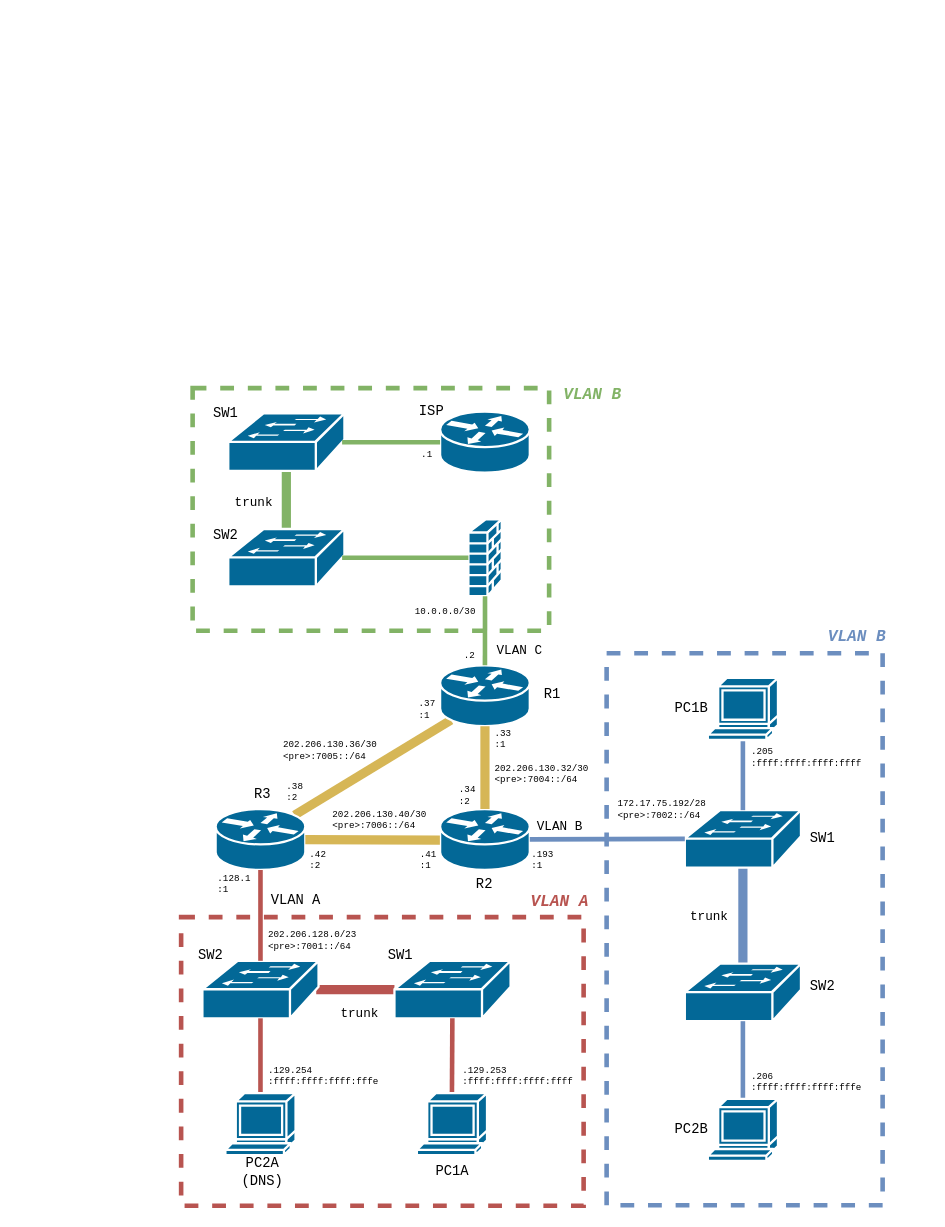
Above: l3_topologie_s_adresami.drawio in phatt-23/web (draw.io), before the change. Source tidied: cells renumbered, new cells numbered last; positions are measured from the earlier drawing's top-left corner, leaving out a move shared by most shapes. Both pictures are drawn from the tidied source at 115%, with x=0, y=0 at pixel (20, 20).
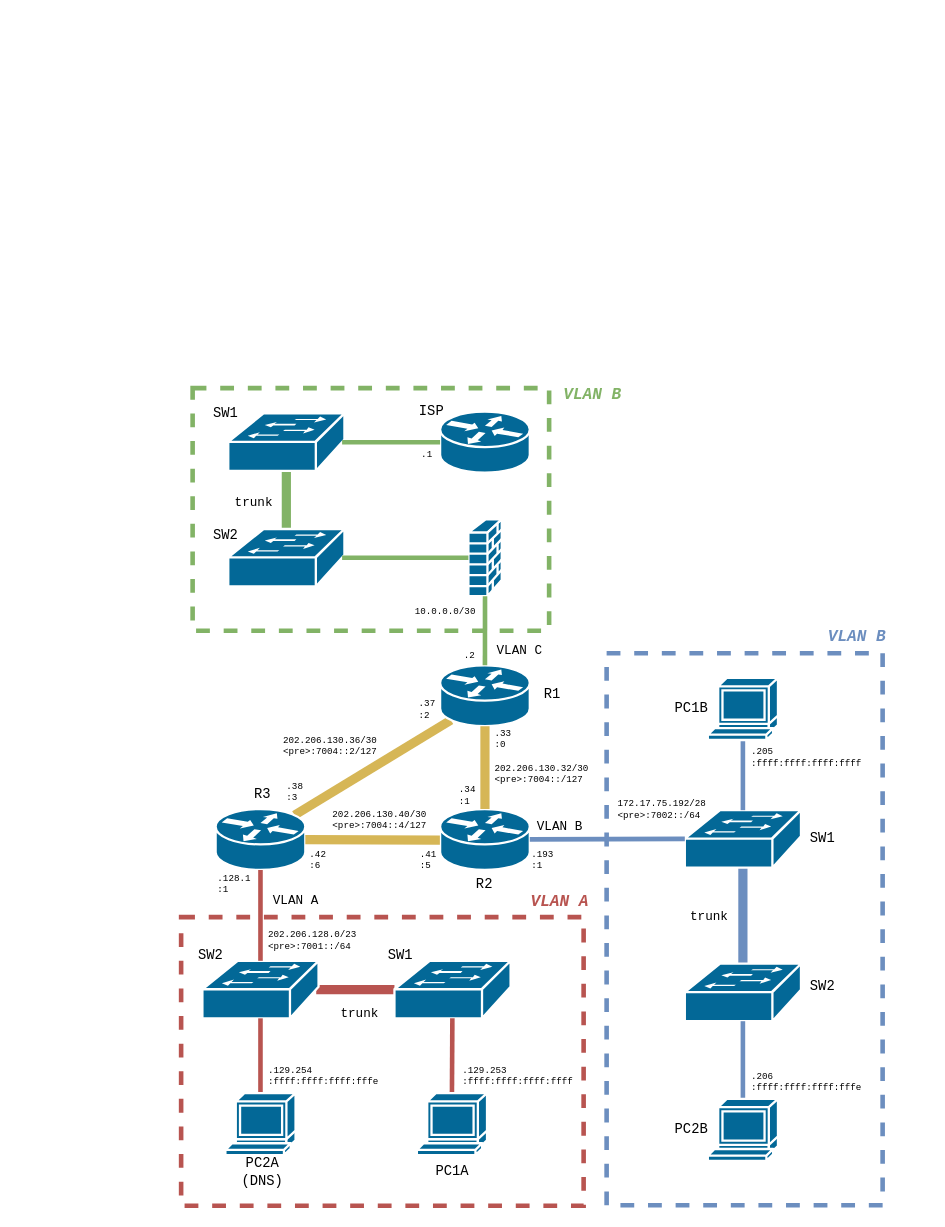
After the change.

The edit, as a diff of the source:
```diff
@@
-    <mxCell id="22" value="&lt;pre&gt;VLAN A&lt;/pre&gt;" style="text;html=1;align=center;verticalAlign=middle;whiteSpace=wrap;rounded=0;" parent="1" vertex="1">
+    <mxCell id="22" value="&lt;pre style=&quot;font-size: 11px;&quot;&gt;&lt;font style=&quot;font-size: 11px;&quot;&gt;VLAN A&lt;/font&gt;&lt;/pre&gt;" style="text;html=1;align=center;verticalAlign=middle;whiteSpace=wrap;rounded=0;" parent="1" vertex="1">
       <mxGeometry x="210" y="751" width="60" height="30" as="geometry" />
     </mxCell>
@@
-    <mxCell id="64" value="&lt;div align=&quot;left&quot;&gt;&lt;pre style=&quot;font-size: 8px;&quot;&gt;&lt;font style=&quot;font-size: 8px;&quot;&gt;202.206.130.36/30&lt;br&gt;&amp;lt;pre&amp;gt;:7005::/64&lt;br&gt;&lt;/font&gt;&lt;/pre&gt;&lt;/div&gt;" style="text;html=1;align=left;verticalAlign=middle;whiteSpace=wrap;rounded=0;" parent="1" vertex="1">
-      <mxGeometry x="227" y="620" width="110" height="30" as="geometry" />
+    <mxCell id="64" value="&lt;div align=&quot;left&quot;&gt;&lt;pre style=&quot;font-size: 8px;&quot;&gt;&lt;font style=&quot;font-size: 8px;&quot;&gt;202.206.130.36/30&lt;br&gt;&amp;lt;pre&amp;gt;:7004::2/127&lt;br&gt;&lt;/font&gt;&lt;/pre&gt;&lt;/div&gt;" style="text;html=1;align=left;verticalAlign=middle;whiteSpace=wrap;rounded=0;" parent="1" vertex="1">
+      <mxGeometry x="227" y="616" width="110" height="30" as="geometry" />
     </mxCell>
-    <mxCell id="65" value="&lt;div align=&quot;left&quot;&gt;&lt;pre style=&quot;font-size: 8px;&quot;&gt;&lt;font style=&quot;font-size: 8px;&quot;&gt;.38&lt;br&gt;:2&lt;/font&gt;&lt;/pre&gt;&lt;/div&gt;" style="text;html=1;align=left;verticalAlign=middle;whiteSpace=wrap;rounded=0;" parent="1" vertex="1">
+    <mxCell id="65" value="&lt;div align=&quot;left&quot;&gt;&lt;pre style=&quot;font-size: 8px;&quot;&gt;&lt;font style=&quot;font-size: 8px;&quot;&gt;.38&lt;br&gt;:3&lt;/font&gt;&lt;/pre&gt;&lt;/div&gt;" style="text;html=1;align=left;verticalAlign=middle;whiteSpace=wrap;rounded=0;" parent="1" vertex="1">
       <mxGeometry x="230" y="656" width="107" height="30" as="geometry" />
     </mxCell>
-    <mxCell id="66" value="&lt;div align=&quot;left&quot;&gt;&lt;pre style=&quot;font-size: 8px;&quot;&gt;&lt;font style=&quot;font-size: 8px;&quot;&gt;.37&lt;br&gt;:1&lt;/font&gt;&lt;/pre&gt;&lt;/div&gt;" style="text;html=1;align=left;verticalAlign=middle;whiteSpace=wrap;rounded=0;" parent="1" vertex="1">
+    <mxCell id="66" value="&lt;div align=&quot;left&quot;&gt;&lt;pre style=&quot;font-size: 8px;&quot;&gt;&lt;font style=&quot;font-size: 8px;&quot;&gt;.37&lt;br&gt;:2&lt;/font&gt;&lt;/pre&gt;&lt;/div&gt;" style="text;html=1;align=left;verticalAlign=middle;whiteSpace=wrap;rounded=0;" parent="1" vertex="1">
       <mxGeometry x="345" y="584" width="107" height="30" as="geometry" />
     </mxCell>
-    <mxCell id="67" value="&lt;div align=&quot;left&quot;&gt;&lt;pre style=&quot;font-size: 8px;&quot;&gt;&lt;font style=&quot;font-size: 8px;&quot;&gt;202.206.130.32/30&lt;br&gt;&amp;lt;pre&amp;gt;:7004::/64&lt;/font&gt;&lt;/pre&gt;&lt;/div&gt;" style="text;html=1;align=left;verticalAlign=middle;whiteSpace=wrap;rounded=0;" parent="1" vertex="1">
+    <mxCell id="67" value="&lt;div align=&quot;left&quot;&gt;&lt;pre style=&quot;font-size: 8px;&quot;&gt;&lt;font style=&quot;font-size: 8px;&quot;&gt;202.206.130.32/30&lt;br&gt;&amp;lt;pre&amp;gt;:7004::/127&lt;/font&gt;&lt;/pre&gt;&lt;/div&gt;" style="text;html=1;align=left;verticalAlign=middle;whiteSpace=wrap;rounded=0;" parent="1" vertex="1">
       <mxGeometry x="410.5" y="640" width="89" height="30" as="geometry" />
     </mxCell>
-    <mxCell id="68" value="&lt;div align=&quot;left&quot;&gt;&lt;pre style=&quot;font-size: 8px;&quot;&gt;&lt;font style=&quot;font-size: 8px;&quot;&gt;.33&lt;br&gt;:1&lt;/font&gt;&lt;/pre&gt;&lt;/div&gt;" style="text;html=1;align=left;verticalAlign=middle;whiteSpace=wrap;rounded=0;" parent="1" vertex="1">
+    <mxCell id="68" value="&lt;div align=&quot;left&quot;&gt;&lt;pre style=&quot;font-size: 8px;&quot;&gt;&lt;font style=&quot;font-size: 8px;&quot;&gt;.33&lt;br&gt;:0&lt;/font&gt;&lt;/pre&gt;&lt;/div&gt;" style="text;html=1;align=left;verticalAlign=middle;whiteSpace=wrap;rounded=0;" parent="1" vertex="1">
       <mxGeometry x="410.5" y="610" width="107" height="30" as="geometry" />
     </mxCell>
-    <mxCell id="69" value="&lt;div align=&quot;left&quot;&gt;&lt;pre style=&quot;font-size: 8px;&quot;&gt;&lt;font style=&quot;font-size: 8px;&quot;&gt;.34&lt;br&gt;:2&lt;/font&gt;&lt;/pre&gt;&lt;/div&gt;" style="text;html=1;align=left;verticalAlign=middle;whiteSpace=wrap;rounded=0;" parent="1" vertex="1">
+    <mxCell id="69" value="&lt;div align=&quot;left&quot;&gt;&lt;pre style=&quot;font-size: 8px;&quot;&gt;&lt;font style=&quot;font-size: 8px;&quot;&gt;.34&lt;br&gt;:1&lt;/font&gt;&lt;/pre&gt;&lt;/div&gt;" style="text;html=1;align=left;verticalAlign=middle;whiteSpace=wrap;rounded=0;" parent="1" vertex="1">
       <mxGeometry x="380" y="659" width="107" height="30" as="geometry" />
     </mxCell>
-    <mxCell id="70" value="&lt;div align=&quot;left&quot;&gt;&lt;pre style=&quot;font-size: 8px;&quot;&gt;&lt;font style=&quot;font-size: 8px;&quot;&gt;202.206.130.40/30&lt;br&gt;&amp;lt;pre&amp;gt;:7006::/64&lt;/font&gt;&lt;/pre&gt;&lt;/div&gt;" style="text;html=1;align=left;verticalAlign=middle;whiteSpace=wrap;rounded=0;" parent="1" vertex="1">
+    <mxCell id="70" value="&lt;div align=&quot;left&quot;&gt;&lt;pre style=&quot;font-size: 8px;&quot;&gt;&lt;font style=&quot;font-size: 8px;&quot;&gt;202.206.130.40/30&lt;br&gt;&amp;lt;pre&amp;gt;:7004::4/127&lt;/font&gt;&lt;/pre&gt;&lt;/div&gt;" style="text;html=1;align=left;verticalAlign=middle;whiteSpace=wrap;rounded=0;" parent="1" vertex="1">
       <mxGeometry x="270" y="680" width="90" height="30" as="geometry" />
     </mxCell>
-    <mxCell id="71" value="&lt;div align=&quot;left&quot;&gt;&lt;pre style=&quot;font-size: 8px;&quot;&gt;&lt;font style=&quot;font-size: 8px;&quot;&gt;.41&lt;br&gt;:1&lt;/font&gt;&lt;/pre&gt;&lt;/div&gt;" style="text;html=1;align=left;verticalAlign=middle;whiteSpace=wrap;rounded=0;" parent="1" vertex="1">
+    <mxCell id="71" value="&lt;div align=&quot;left&quot;&gt;&lt;pre style=&quot;font-size: 8px;&quot;&gt;&lt;font style=&quot;font-size: 8px;&quot;&gt;.41&lt;br&gt;:5&lt;/font&gt;&lt;/pre&gt;&lt;/div&gt;" style="text;html=1;align=left;verticalAlign=middle;whiteSpace=wrap;rounded=0;" parent="1" vertex="1">
       <mxGeometry x="346" y="715" width="107" height="30" as="geometry" />
     </mxCell>
-    <mxCell id="72" value="&lt;div align=&quot;left&quot;&gt;&lt;pre style=&quot;font-size: 8px;&quot;&gt;&lt;font style=&quot;font-size: 8px;&quot;&gt;.42&lt;br&gt;:2&lt;/font&gt;&lt;/pre&gt;&lt;/div&gt;" style="text;html=1;align=left;verticalAlign=middle;whiteSpace=wrap;rounded=0;" parent="1" vertex="1">
+    <mxCell id="72" value="&lt;div align=&quot;left&quot;&gt;&lt;pre style=&quot;font-size: 8px;&quot;&gt;&lt;font style=&quot;font-size: 8px;&quot;&gt;.42&lt;br&gt;:6&lt;/font&gt;&lt;/pre&gt;&lt;/div&gt;" style="text;html=1;align=left;verticalAlign=middle;whiteSpace=wrap;rounded=0;" parent="1" vertex="1">
       <mxGeometry x="250" y="715" width="107" height="30" as="geometry" />
     </mxCell>
```
